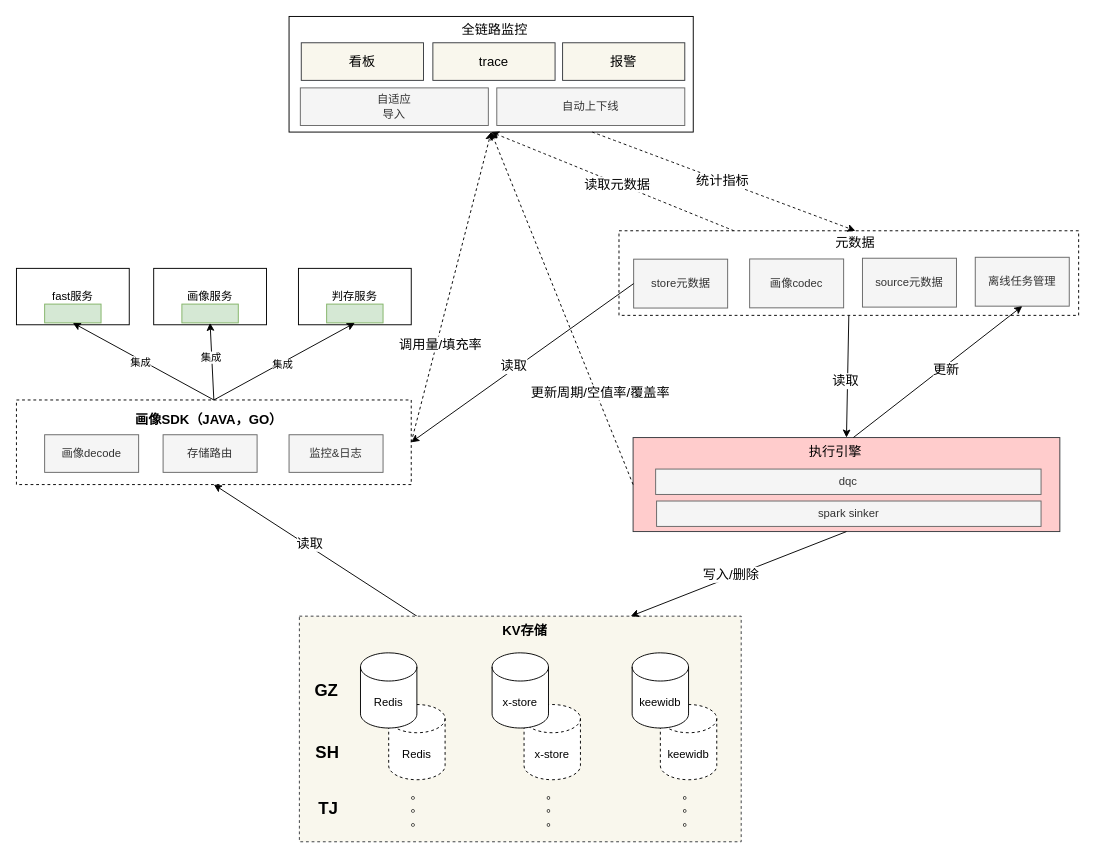
Before: f_sinker.drawio in learn2Pro/draw_io_save, a draw.io diagram. Source tidied: cells renumbered, new cells numbered last; positions are measured from the earlier drawing's top-left corner, leaving out a move shared by most shapes. Both pictures are drawn from the tidied source at 94%, with x=0, y=0 at pixel (16, 16).
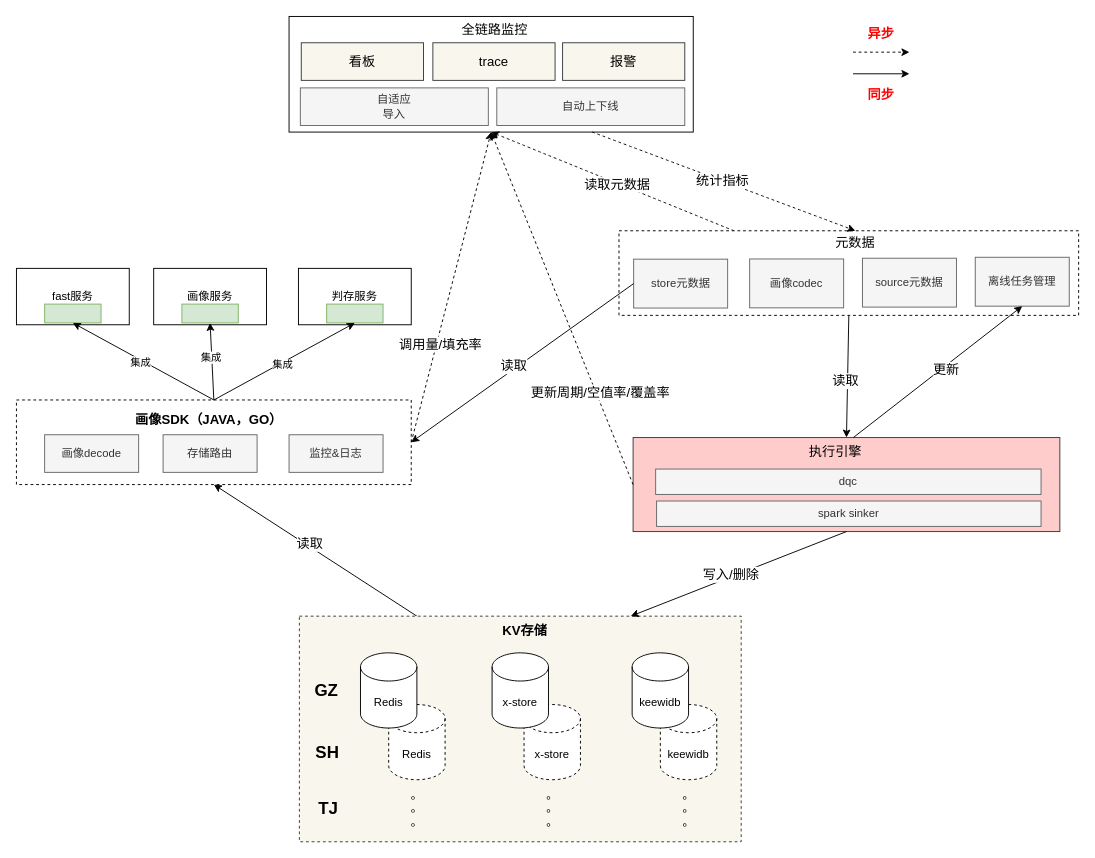
The same diagram, later.

Change to the diagram source:
```diff
@@
+    <mxCell id="69" style="group;" parent="1" vertex="1">
+      <mxGeometry x="890" y="3" width="60" height="95" as="geometry" />
+    </mxCell>
+    <mxCell id="70" style="endArrow=classic;html=1;rounded=0;fontSize=14;" parent="69" edge="1">
+      <mxGeometry relative="1" as="geometry">
+        <mxPoint y="58" as="sourcePoint" />
+        <mxPoint x="60" y="58" as="targetPoint" />
+      </mxGeometry>
+    </mxCell>
+    <mxCell id="71" style="endArrow=classic;html=1;rounded=0;fontSize=14;dashed=1;" parent="69" edge="1">
+      <mxGeometry relative="1" as="geometry">
+        <mxPoint y="35" as="sourcePoint" />
+        <mxPoint x="60" y="35" as="targetPoint" />
+      </mxGeometry>
+    </mxCell>
+    <mxCell id="72" value="&lt;b&gt;异步&lt;/b&gt;" style="text;html=1;strokeColor=none;fillColor=none;align=center;verticalAlign=middle;whiteSpace=wrap;rounded=0;dashed=1;fontSize=14;fontColor=#FF0000;" parent="69" vertex="1">
+      <mxGeometry width="60" height="30" as="geometry" />
+    </mxCell>
+    <mxCell id="73" value="&lt;b&gt;同步&lt;/b&gt;" style="text;html=1;strokeColor=none;fillColor=none;align=center;verticalAlign=middle;whiteSpace=wrap;rounded=0;dashed=1;fontSize=14;fontColor=#FF0000;" parent="69" vertex="1">
+      <mxGeometry y="65" width="60" height="30" as="geometry" />
+    </mxCell>
```
